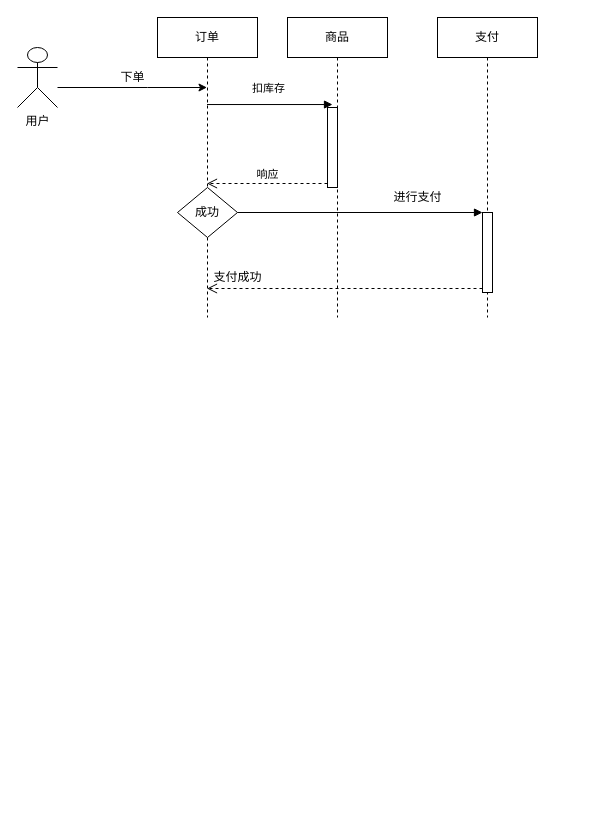
Above: about.assets/Untitled Diagram.drawio in coderwenq/coderwenq.github.io (draw.io), before the change. Source tidied: cells renumbered, new cells numbered last; positions are measured from the earlier drawing's top-left corner, leaving out a move shared by most shapes. Both pictures are drawn from the tidied source at 100%, with x=0, y=0 at pixel (17, 17).
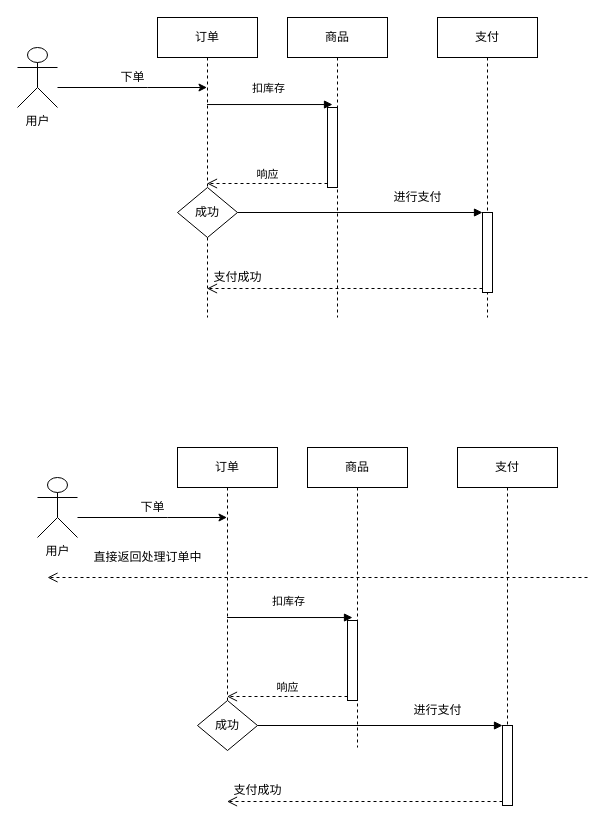
After the change.

The edit, as a diff of the source:
```diff
@@
+    <mxCell id="17" value="订单" style="shape=umlLifeline;perimeter=lifelinePerimeter;whiteSpace=wrap;html=1;outlineConnect=0;" parent="1" vertex="1">
+      <mxGeometry x="160" y="430" width="100" height="300" as="geometry" />
+    </mxCell>
+    <mxCell id="18" value="成功" style="rhombus;whiteSpace=wrap;html=1;" parent="17" vertex="1">
+      <mxGeometry x="20" y="253" width="60" height="50" as="geometry" />
+    </mxCell>
+    <mxCell id="19" value="商品" style="shape=umlLifeline;perimeter=lifelinePerimeter;whiteSpace=wrap;html=1;" parent="1" vertex="1">
+      <mxGeometry x="290" y="430" width="100" height="300" as="geometry" />
+    </mxCell>
+    <mxCell id="20" value="支付" style="shape=umlLifeline;perimeter=lifelinePerimeter;whiteSpace=wrap;html=1;" parent="1" vertex="1">
+      <mxGeometry x="440" y="430" width="100" height="300" as="geometry" />
+    </mxCell>
+    <mxCell id="21" style="html=1;points=[];perimeter=orthogonalPerimeter;" parent="20" vertex="1">
+      <mxGeometry x="45" y="278" width="10" height="80" as="geometry" />
+    </mxCell>
+    <mxCell id="22" style="edgeStyle=orthogonalEdgeStyle;rounded=0;jettySize=auto;html=1;" parent="1" edge="1" source="23" target="17">
+      <mxGeometry relative="1" as="geometry">
+        <Array as="points">
+          <mxPoint x="150" y="500" />
+          <mxPoint x="150" y="500" />
+        </Array>
+      </mxGeometry>
+    </mxCell>
+    <mxCell id="23" value="用户" style="shape=umlActor;verticalLabelPosition=bottom;verticalAlign=top;html=1;" parent="1" vertex="1">
+      <mxGeometry x="20" y="460" width="40" height="60" as="geometry" />
+    </mxCell>
+    <mxCell id="24" value="下单" style="text;html=1;align=center;verticalAlign=middle;" parent="1" vertex="1">
+      <mxGeometry x="115" y="480" width="40" height="20" as="geometry" />
+    </mxCell>
+    <mxCell id="25" style="html=1;points=[];perimeter=orthogonalPerimeter;" parent="1" vertex="1">
+      <mxGeometry x="330" y="603" width="10" height="80" as="geometry" />
+    </mxCell>
+    <mxCell id="26" value="扣库存" style="html=1;verticalAlign=bottom;endArrow=block;entryX=0.5;entryY=-0.037;entryDx=0;entryDy=0;entryPerimeter=0;" parent="1" edge="1" target="25">
+      <mxGeometry x="-0.04" y="7" relative="1" as="geometry">
+        <mxPoint x="209.5" y="600" as="sourcePoint" />
+        <mxPoint x="1" as="offset" />
+      </mxGeometry>
+    </mxCell>
+    <mxCell id="27" value="响应" style="html=1;verticalAlign=bottom;endArrow=open;dashed=1;endSize=8;exitX=0;exitY=0.95;" parent="1" edge="1" source="25">
+      <mxGeometry relative="1" as="geometry">
+        <mxPoint x="209.5" y="679" as="targetPoint" />
+      </mxGeometry>
+    </mxCell>
+    <mxCell id="28" style="html=1;verticalAlign=bottom;endArrow=block;entryX=0;entryY=0;exitX=1;exitY=0.5;exitDx=0;exitDy=0;" parent="1" edge="1" source="18" target="21">
+      <mxGeometry relative="1" as="geometry" />
+    </mxCell>
+    <mxCell id="29" value="进行支付" style="text;html=1;align=center;verticalAlign=middle;" parent="1" vertex="1">
+      <mxGeometry x="390" y="683" width="60" height="20" as="geometry" />
+    </mxCell>
+    <mxCell id="30" style="html=1;verticalAlign=bottom;endArrow=open;dashed=1;endSize=8;exitX=0;exitY=0.95;" parent="1" edge="1" source="21">
+      <mxGeometry relative="1" as="geometry">
+        <mxPoint x="209.5" y="784" as="targetPoint" />
+      </mxGeometry>
+    </mxCell>
+    <mxCell id="31" value="支付成功" style="text;html=1;align=center;verticalAlign=middle;" parent="1" vertex="1">
+      <mxGeometry x="210" y="763" width="60" height="20" as="geometry" />
+    </mxCell>
+    <mxCell id="32" style="html=1;verticalAlign=bottom;endArrow=open;dashed=1;endSize=8;" parent="1" edge="1">
+      <mxGeometry relative="1" as="geometry">
+        <mxPoint x="570" y="560" as="sourcePoint" />
+        <mxPoint x="30" y="560" as="targetPoint" />
+      </mxGeometry>
+    </mxCell>
+    <mxCell id="33" value="直接返回处理订单中" style="text;html=1;align=center;verticalAlign=middle;" parent="1" vertex="1">
+      <mxGeometry x="70" y="530" width="120" height="20" as="geometry" />
+    </mxCell>
```
